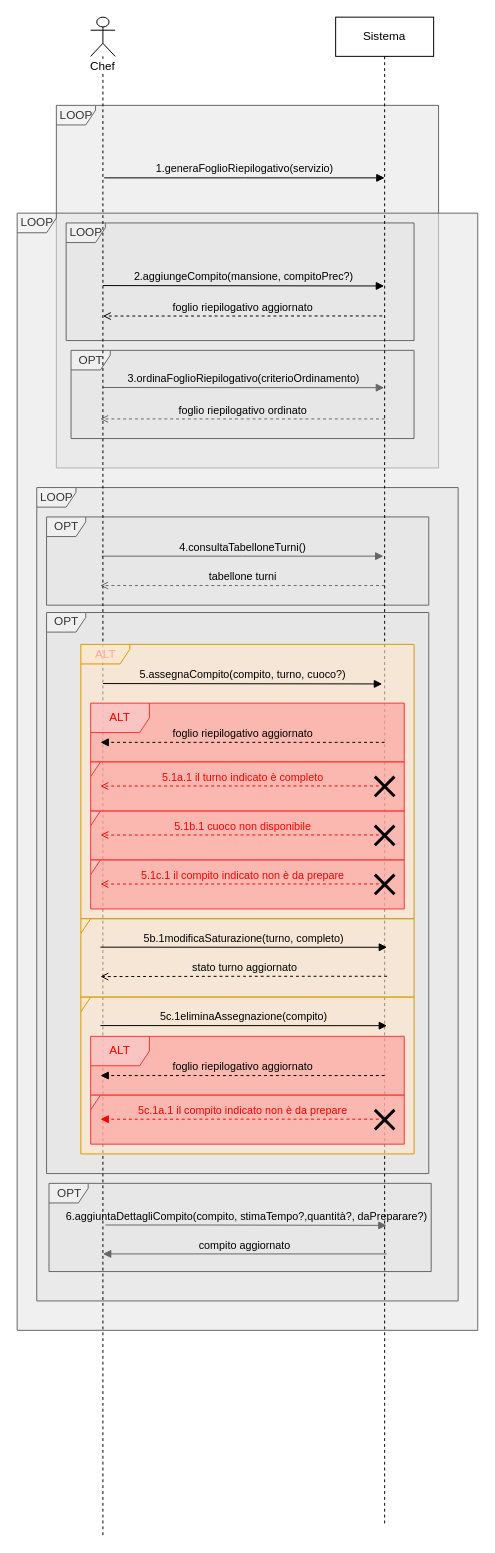
Giacca01/CateRingProject keeps this draw.io diagram as Modellazione_business_requisiti/SSD/SSD_estensioni_eccezioni_passo_5.drawio. Above is the earlier version. Source tidied: cells renumbered, new cells numbered last; positions are measured from the earlier drawing's top-left corner, leaving out a move shared by most shapes. Both pictures are drawn from the tidied source at 98%, with x=0, y=0 at pixel (17, 17).
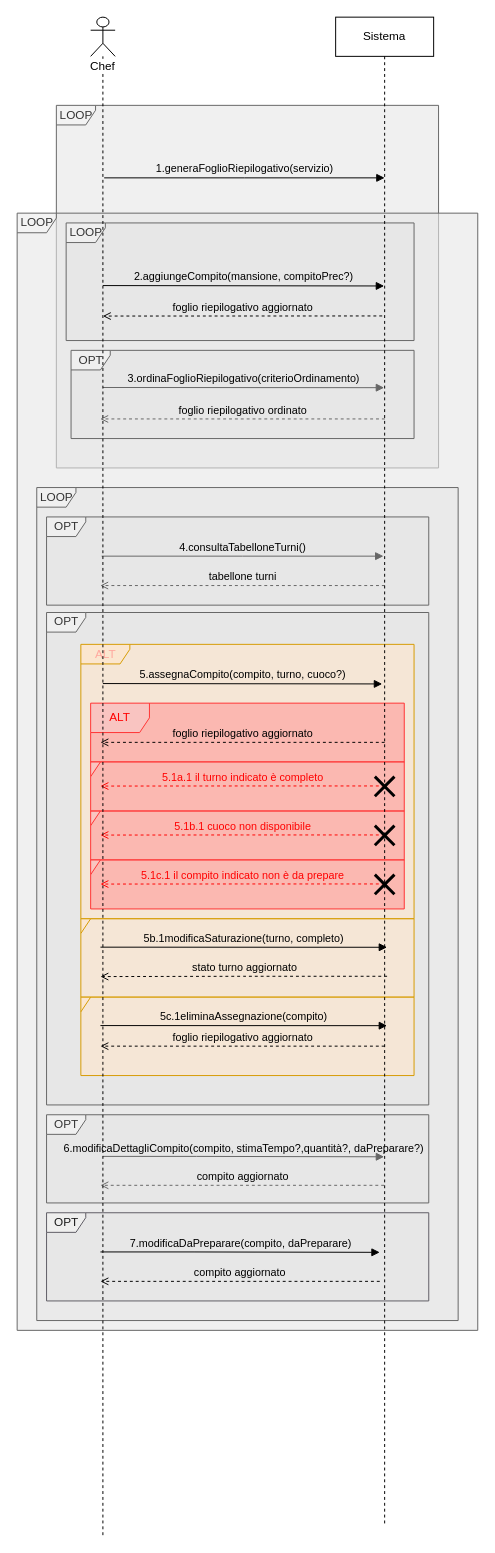
The same page after the edit.

Unchanged cells that the change refers to:
```xml
<mxCell id="29" style="group;" parent="28" vertex="1">
  <mxGeometry width="320" height="160" as="geometry" />
</mxCell>
```

What changed in the source:
```diff
@@
     <mxCell id="5" value="LOOP" style="shape=umlFrame;tabWidth=110;tabHeight=30;tabPosition=left;html=1;boundedLbl=1;labelInHeader=1;width=40;height=20;swimlaneFillColor=#E6E6E6;fillColor=#f5f5f5;strokeColor=#666666;fillOpacity=60;fontColor=#333333;" parent="1" vertex="1">
-      <mxGeometry x="20" y="480" width="430" height="830" as="geometry" />
+      <mxGeometry x="20" y="480" width="430" height="850" as="geometry" />
     </mxCell>
@@
     <mxCell id="9" value="OPT" style="shape=umlFrame;tabWidth=110;tabHeight=30;tabPosition=left;html=1;boundedLbl=1;labelInHeader=1;width=40;height=20;swimlaneFillColor=#E6E6E6;fillColor=#f5f5f5;strokeColor=#666666;fillOpacity=60;fontColor=#333333;" parent="1" vertex="1">
-      <mxGeometry x="30" y="607.5" width="390" height="572.5" as="geometry" />
+      <mxGeometry x="30" y="607.5" width="390" height="502.5" as="geometry" />
     </mxCell>
     <mxCell id="10" value="OPT" style="shape=umlFrame;tabWidth=110;tabHeight=30;tabPosition=left;html=1;boundedLbl=1;labelInHeader=1;width=40;height=20;swimlaneFillColor=#E6E6E6;fillColor=#f5f5f5;strokeColor=#666666;fillOpacity=60;fontColor=#333333;" parent="1" vertex="1">
-      <mxGeometry x="32.5" y="1190" width="390" height="90" as="geometry" />
+      <mxGeometry x="30" y="1120" width="390" height="90" as="geometry" />
     </mxCell>
-    <mxCell id="11" value="6.aggiuntaDettagliCompito(compito, stimaTempo?,quantità?, daPreparare?)" style="html=1;verticalAlign=bottom;endArrow=block;edgeStyle=elbowEdgeStyle;elbow=horizontal;curved=0;rounded=0;labelBackgroundColor=none;fillColor=#f5f5f5;strokeColor=#666666;" parent="1" edge="1">
+    <mxCell id="11" value="6.modificaDettagliCompito(compito, stimaTempo?,quantità?, daPreparare?)" style="html=1;verticalAlign=bottom;endArrow=block;edgeStyle=elbowEdgeStyle;elbow=horizontal;curved=0;rounded=0;labelBackgroundColor=none;fillColor=#f5f5f5;strokeColor=#666666;" parent="1" edge="1">
       <mxGeometry relative="1" as="geometry">
-        <mxPoint x="90" y="1232.5" as="sourcePoint" />
-        <mxPoint x="377" y="1232.9" as="targetPoint" />
+        <mxPoint x="87.5" y="1162.5" as="sourcePoint" />
+        <mxPoint x="374.5" y="1162.9" as="targetPoint" />
         <Array as="points">
-          <mxPoint x="185.5" y="1232.9" />
+          <mxPoint x="183" y="1162.9" />
         </Array>
       </mxGeometry>
     </mxCell>
-    <mxCell id="12" value="compito aggiornato" style="html=1;verticalAlign=bottom;endArrow=block;edgeStyle=elbowEdgeStyle;elbow=vertical;curved=0;rounded=0;labelBackgroundColor=none;fillColor=#f5f5f5;strokeColor=#666666;" parent="1" edge="1">
+    <mxCell id="12" value="compito aggiornato" style="html=1;verticalAlign=bottom;endArrow=open;edgeStyle=elbowEdgeStyle;elbow=vertical;curved=0;rounded=0;labelBackgroundColor=none;fillColor=#f5f5f5;strokeColor=#666666;endFill=0;dashed=1;" parent="1" edge="1">
       <mxGeometry relative="1" as="geometry">
-        <mxPoint x="377" y="1262" as="sourcePoint" />
-        <mxPoint x="87.5" y="1262.5" as="targetPoint" />
+        <mxPoint x="374.5" y="1192" as="sourcePoint" />
+        <mxPoint x="85" y="1192.5" as="targetPoint" />
       </mxGeometry>
     </mxCell>
@@
-    <mxCell id="19" value="Chef" style="shape=umlLifeline;participant=umlActor;perimeter=lifelinePerimeter;whiteSpace=wrap;html=1;verticalAlign=top;spacingTop=36;labelBackgroundColor=default;" parent="1" vertex="1">
-      <mxGeometry x="75" width="25" height="1550" as="geometry" />
-    </mxCell>
-    <mxCell id="20" value="Sistema" style="shape=umlLifeline;perimeter=lifelinePerimeter;whiteSpace=wrap;html=1;outlineConnect=0;labelBackgroundColor=none;" parent="1" vertex="1">
-      <mxGeometry x="325" width="100" height="1540" as="geometry" />
-    </mxCell>
@@
     <mxCell id="26" style="shape=umlFrame;tabWidth=110;tabHeight=30;tabPosition=left;html=1;boundedLbl=1;labelInHeader=1;width=10;height=15;swimlaneFillColor=#FFE6CC;fillColor=#ffe6cc;strokeColor=#d79b00;fillOpacity=60;" parent="1" vertex="1">
-      <mxGeometry x="65" y="1000" width="340" height="160" as="geometry" />
+      <mxGeometry x="65" y="1000" width="340" height="80" as="geometry" />
     </mxCell>
@@
-    <mxCell id="33" value="foglio riepilogativo aggiornato" style="html=1;verticalAlign=bottom;endArrow=block;edgeStyle=elbowEdgeStyle;elbow=vertical;curved=0;rounded=0;labelBackgroundColor=none;dashed=1;" parent="29" edge="1">
+    <mxCell id="33" value="foglio riepilogativo aggiornato" style="html=1;verticalAlign=bottom;endArrow=open;edgeStyle=elbowEdgeStyle;elbow=vertical;curved=0;rounded=0;labelBackgroundColor=none;dashed=1;endFill=0;" parent="29" edge="1">
       <mxGeometry relative="1" as="geometry">
         <mxPoint x="300" y="40" as="sourcePoint" />
         <mxPoint x="10" y="40.1" as="targetPoint" />
       </mxGeometry>
     </mxCell>
@@
-    <mxCell id="41" style="group;" parent="1" vertex="1">
-      <mxGeometry x="75" y="1040" width="320" height="110" as="geometry" />
-    </mxCell>
-    <mxCell id="42" value="ALT" style="shape=umlFrame;whiteSpace=wrap;html=1;swimlaneFillColor=#FF9999;fillColor=#f8cecc;strokeColor=#FF3333;fillOpacity=60;fontColor=#FF0000;" parent="41" vertex="1">
-      <mxGeometry width="320" height="60" as="geometry" />
-    </mxCell>
-    <mxCell id="43" value="foglio riepilogativo aggiornato" style="html=1;verticalAlign=bottom;endArrow=block;edgeStyle=elbowEdgeStyle;elbow=vertical;curved=0;rounded=0;labelBackgroundColor=none;dashed=1;" parent="41" edge="1">
+    <mxCell id="43" value="foglio riepilogativo aggiornato" style="html=1;verticalAlign=bottom;endArrow=open;edgeStyle=elbowEdgeStyle;elbow=vertical;curved=0;rounded=0;labelBackgroundColor=none;dashed=1;endFill=0;" parent="1" edge="1">
       <mxGeometry relative="1" as="geometry">
-        <mxPoint x="300" y="40" as="sourcePoint" />
-        <mxPoint x="10" y="40.1" as="targetPoint" />
+        <mxPoint x="375" y="1050" as="sourcePoint" />
+        <mxPoint x="85" y="1050.1" as="targetPoint" />
       </mxGeometry>
     </mxCell>
-    <mxCell id="44" style="shape=umlFrame;whiteSpace=wrap;html=1;swimlaneFillColor=#FF9999;fillColor=#f8cecc;strokeColor=#FF3333;fillOpacity=60;fontColor=#FF0000;width=10;height=15;" parent="41" vertex="1">
-      <mxGeometry y="60" width="320" height="50" as="geometry" />
-    </mxCell>
-    <mxCell id="45" value="5c.1a.1 il compito indicato non è da prepare" style="html=1;verticalAlign=bottom;endArrow=block;edgeStyle=elbowEdgeStyle;elbow=horizontal;curved=0;rounded=0;labelBackgroundColor=none;dashed=1;strokeColor=#FF0000;fontColor=#FF0000;" parent="41" edge="1">
-      <mxGeometry relative="1" as="geometry">
-        <mxPoint x="300" y="84.5" as="sourcePoint" />
-        <mxPoint x="10" y="84.6" as="targetPoint" />
-      </mxGeometry>
-    </mxCell>
-    <mxCell id="46" style="shape=umlDestroy;whiteSpace=wrap;html=1;strokeWidth=3;targetShapes=umlLifeline;" parent="41" vertex="1">
-      <mxGeometry x="290" y="75" width="20" height="20" as="geometry" />
-    </mxCell>
+    <mxCell id="47" value="OPT" style="shape=umlFrame;tabWidth=110;tabHeight=30;tabPosition=left;html=1;boundedLbl=1;labelInHeader=1;width=40;height=20;swimlaneFillColor=#E6E6E6;fillColor=#f6f5f4;strokeColor=#5e5c64;fillOpacity=60;fontColor=#1A1A1A;" parent="1" vertex="1">
+      <mxGeometry x="30" y="1220" width="390" height="90" as="geometry" />
+    </mxCell>
+    <mxCell id="48" value="7.modificaDaPreparare(compito, daPreparare)" style="html=1;verticalAlign=bottom;endArrow=block;edgeStyle=elbowEdgeStyle;elbow=horizontal;curved=0;rounded=0;labelBackgroundColor=none;" parent="1" edge="1">
+      <mxGeometry relative="1" as="geometry">
+        <mxPoint x="85" y="1260" as="sourcePoint" />
+        <mxPoint x="370" y="1260.4" as="targetPoint" />
+        <Array as="points">
+          <mxPoint x="180.5" y="1260.4" />
+        </Array>
+      </mxGeometry>
+    </mxCell>
+    <mxCell id="49" value="compito aggiornato" style="html=1;verticalAlign=bottom;endArrow=open;edgeStyle=elbowEdgeStyle;elbow=vertical;curved=0;rounded=0;labelBackgroundColor=none;endFill=0;dashed=1;" parent="1" edge="1">
+      <mxGeometry relative="1" as="geometry">
+        <mxPoint x="370" y="1290" as="sourcePoint" />
+        <mxPoint x="85" y="1290" as="targetPoint" />
+      </mxGeometry>
+    </mxCell>
+    <mxCell id="20" value="Sistema" style="shape=umlLifeline;perimeter=lifelinePerimeter;whiteSpace=wrap;html=1;outlineConnect=0;labelBackgroundColor=none;" parent="1" vertex="1">
+      <mxGeometry x="325" width="100" height="1540" as="geometry" />
+    </mxCell>
+    <mxCell id="19" value="Chef" style="shape=umlLifeline;participant=umlActor;perimeter=lifelinePerimeter;whiteSpace=wrap;html=1;verticalAlign=top;spacingTop=36;labelBackgroundColor=default;" parent="1" vertex="1">
+      <mxGeometry x="75" width="25" height="1550" as="geometry" />
+    </mxCell>
```
